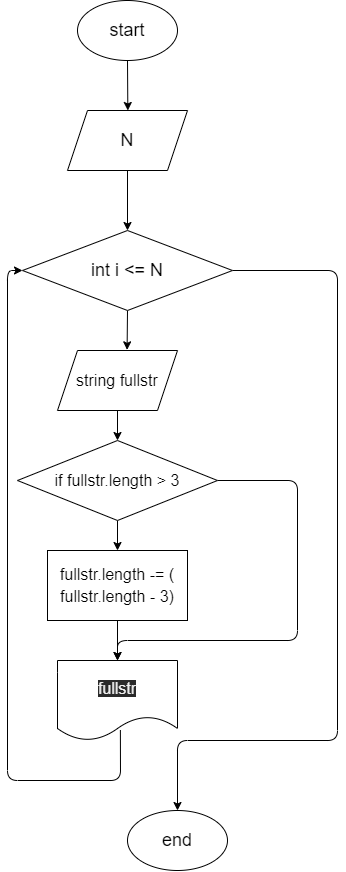
Earlier version of the draw.io export diagramm.drawio.png (Another2001/Final_work_GB1C). Source tidied: cells renumbered, new cells last; positions are measured from the earlier drawing's top-left corner, leaving out a move shared by most shapes.
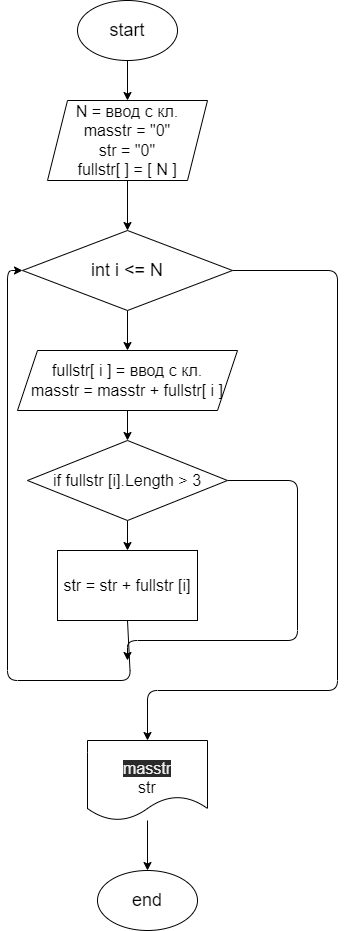
Above is the later version.

Commit message:
изменены описание(README) и диаграмма под отлаженный код

Diff of the diagram source:
```diff
@@ -2,10 +2,8 @@
   <root>
     <mxCell id="0" />
     <mxCell id="1" parent="0" />
-    <mxCell id="2" style="edgeStyle=none;html=1;exitX=0.5;exitY=1;exitDx=0;exitDy=0;fontSize=18;" parent="1" edge="1" source="3">
-      <mxGeometry relative="1" as="geometry">
-        <mxPoint x="120.3" y="110" as="targetPoint" />
-      </mxGeometry>
+    <mxCell id="2" style="edgeStyle=none;html=1;exitX=0.5;exitY=1;exitDx=0;exitDy=0;fontSize=18;entryX=0.5;entryY=0;entryDx=0;entryDy=0;" parent="1" edge="1" source="3" target="5">
+      <mxGeometry relative="1" as="geometry" />
     </mxCell>
     <mxCell id="3" value="start" style="ellipse;whiteSpace=wrap;html=1;fontSize=18;" parent="1" vertex="1">
       <mxGeometry x="70" width="100" height="60" as="geometry" />
@@ -13,18 +11,19 @@
     <mxCell id="4" style="edgeStyle=none;html=1;exitX=0.5;exitY=1;exitDx=0;exitDy=0;entryX=0.5;entryY=0;entryDx=0;entryDy=0;fontSize=18;" parent="1" edge="1" source="5" target="8">
       <mxGeometry relative="1" as="geometry" />
     </mxCell>
-    <mxCell id="5" value="N" style="shape=parallelogram;perimeter=parallelogramPerimeter;whiteSpace=wrap;html=1;fixedSize=1;fontSize=18;" parent="1" vertex="1">
-      <mxGeometry x="60" y="110" width="120" height="60" as="geometry" />
+    <mxCell id="5" value="N = ввод с кл.&lt;br style=&quot;font-size: 16px&quot;&gt;masstr = &quot;0&quot;&lt;br&gt;str = &quot;0&quot;&lt;br style=&quot;font-size: 16px&quot;&gt;fullstr[ ] = [ N ]" style="shape=parallelogram;perimeter=parallelogramPerimeter;whiteSpace=wrap;html=1;fixedSize=1;fontSize=16;" parent="1" vertex="1">
+      <mxGeometry x="40" y="100" width="160" height="80" as="geometry" />
     </mxCell>
-    <mxCell id="6" style="edgeStyle=none;html=1;exitX=0.5;exitY=1;exitDx=0;exitDy=0;fontSize=18;entryX=0.58;entryY=-0.011;entryDx=0;entryDy=0;entryPerimeter=0;" parent="1" edge="1" source="8" target="10">
+    <mxCell id="6" style="edgeStyle=none;html=1;exitX=0.5;exitY=1;exitDx=0;exitDy=0;fontSize=18;entryX=0.5;entryY=0;entryDx=0;entryDy=0;" parent="1" edge="1" source="8" target="10">
       <mxGeometry relative="1" as="geometry" />
     </mxCell>
-    <mxCell id="7" style="edgeStyle=none;html=1;exitX=1;exitY=0.5;exitDx=0;exitDy=0;fontSize=18;entryX=0.5;entryY=0;entryDx=0;entryDy=0;" parent="1" edge="1" source="8" target="18">
+    <mxCell id="7" style="edgeStyle=none;html=1;exitX=1;exitY=0.5;exitDx=0;exitDy=0;fontSize=18;" parent="1" edge="1" source="8">
       <mxGeometry relative="1" as="geometry">
+        <mxPoint x="140" y="740" as="targetPoint" />
         <Array as="points">
           <mxPoint x="330" y="270" />
-          <mxPoint x="330" y="740" />
-          <mxPoint x="170" y="740" />
+          <mxPoint x="330" y="690" />
+          <mxPoint x="140" y="690" />
         </Array>
       </mxGeometry>
     </mxCell>
@@ -34,44 +33,45 @@
     <mxCell id="9" style="edgeStyle=none;html=1;exitX=0.5;exitY=1;exitDx=0;exitDy=0;entryX=0.5;entryY=0;entryDx=0;entryDy=0;fontSize=18;" parent="1" edge="1" source="10" target="13">
       <mxGeometry relative="1" as="geometry" />
     </mxCell>
-    <mxCell id="10" value="&lt;span style=&quot;font-size: 16px;&quot;&gt;string fullstr&lt;/span&gt;" style="shape=parallelogram;perimeter=parallelogramPerimeter;whiteSpace=wrap;html=1;fixedSize=1;fontSize=16;" parent="1" vertex="1">
-      <mxGeometry x="50" y="350" width="120" height="60" as="geometry" />
+    <mxCell id="10" value="fullstr[ i ] = ввод с кл.&lt;br&gt;masstr = masstr + fullstr[ i ]" style="shape=parallelogram;perimeter=parallelogramPerimeter;whiteSpace=wrap;html=1;fixedSize=1;fontSize=16;" parent="1" vertex="1">
+      <mxGeometry x="10" y="350" width="220" height="60" as="geometry" />
     </mxCell>
-    <mxCell id="11" style="edgeStyle=none;html=1;exitX=1;exitY=0.5;exitDx=0;exitDy=0;fontSize=18;entryX=0.5;entryY=0;entryDx=0;entryDy=0;" parent="1" edge="1" source="13" target="15">
+    <mxCell id="11" style="edgeStyle=none;html=1;exitX=1;exitY=0.5;exitDx=0;exitDy=0;fontSize=18;entryX=0.5;entryY=0;entryDx=0;entryDy=0;" parent="1" edge="1" source="13">
       <mxGeometry relative="1" as="geometry">
+        <mxPoint x="120" y="660" as="targetPoint" />
         <Array as="points">
           <mxPoint x="290" y="480" />
           <mxPoint x="290" y="640" />
-          <mxPoint x="110" y="640" />
+          <mxPoint x="120" y="640" />
         </Array>
       </mxGeometry>
     </mxCell>
     <mxCell id="12" style="edgeStyle=none;html=1;exitX=0.5;exitY=1;exitDx=0;exitDy=0;fontSize=18;entryX=0.5;entryY=0;entryDx=0;entryDy=0;" parent="1" edge="1" source="13" target="17">
       <mxGeometry relative="1" as="geometry" />
     </mxCell>
-    <mxCell id="13" value="if fullstr.length &amp;gt; 3" style="rhombus;whiteSpace=wrap;html=1;fontSize=16;" parent="1" vertex="1">
-      <mxGeometry x="10" y="440" width="200" height="80" as="geometry" />
+    <mxCell id="13" value="if fullstr [i].Length &amp;gt; 3" style="rhombus;whiteSpace=wrap;html=1;fontSize=16;" parent="1" vertex="1">
+      <mxGeometry x="20" y="440" width="200" height="80" as="geometry" />
     </mxCell>
-    <mxCell id="14" style="edgeStyle=none;html=1;entryX=0;entryY=0.5;entryDx=0;entryDy=0;fontSize=16;exitX=0.524;exitY=0.87;exitDx=0;exitDy=0;exitPerimeter=0;" parent="1" edge="1" source="15" target="8">
+    <mxCell id="14" style="edgeStyle=none;html=1;entryX=0;entryY=0.5;entryDx=0;entryDy=0;fontSize=16;exitX=0.5;exitY=1;exitDx=0;exitDy=0;" parent="1" edge="1" source="17" target="8">
       <mxGeometry relative="1" as="geometry">
         <Array as="points">
-          <mxPoint x="113" y="780" />
-          <mxPoint y="780" />
+          <mxPoint x="123" y="680" />
+          <mxPoint y="680" />
           <mxPoint y="270" />
         </Array>
       </mxGeometry>
     </mxCell>
-    <mxCell id="15" value="&#10;&#10;&lt;span style=&quot;color: rgb(240, 240, 240); font-family: helvetica; font-size: 16px; font-style: normal; font-weight: 400; letter-spacing: normal; text-align: center; text-indent: 0px; text-transform: none; word-spacing: 0px; background-color: rgb(42, 42, 42); display: inline; float: none;&quot;&gt;fullstr&lt;/span&gt;&#10;&#10;" style="shape=document;whiteSpace=wrap;html=1;boundedLbl=1;fontSize=16;" parent="1" vertex="1">
-      <mxGeometry x="50" y="660" width="120" height="80" as="geometry" />
-    </mxCell>
-    <mxCell id="16" style="edgeStyle=none;html=1;exitX=0.5;exitY=1;exitDx=0;exitDy=0;entryX=0.5;entryY=0;entryDx=0;entryDy=0;fontSize=16;" parent="1" edge="1" source="17" target="15">
-      <mxGeometry relative="1" as="geometry" />
-    </mxCell>
-    <mxCell id="17" value="&lt;font style=&quot;font-size: 16px&quot;&gt;fullstr.length -= ( fullstr.length - 3)&lt;/font&gt;" style="rounded=0;whiteSpace=wrap;html=1;fontSize=18;" parent="1" vertex="1">
-      <mxGeometry x="40" y="550" width="140" height="70" as="geometry" />
+    <mxCell id="17" value="&lt;font style=&quot;font-size: 16px&quot;&gt;str = str + fullstr [i]&lt;/font&gt;" style="rounded=0;whiteSpace=wrap;html=1;fontSize=18;" parent="1" vertex="1">
+      <mxGeometry x="50" y="550" width="140" height="70" as="geometry" />
     </mxCell>
     <mxCell id="18" value="end" style="ellipse;whiteSpace=wrap;html=1;fontSize=18;" parent="1" vertex="1">
-      <mxGeometry x="120" y="810" width="100" height="60" as="geometry" />
+      <mxGeometry x="90" y="870" width="100" height="60" as="geometry" />
     </mxCell>
+    <mxCell id="19" style="edgeStyle=none;html=1;entryX=0.5;entryY=0;entryDx=0;entryDy=0;fontSize=16;" parent="1" edge="1" source="20" target="18">
+      <mxGeometry relative="1" as="geometry" />
+    </mxCell>
+    <mxCell id="20" value="&lt;br&gt;&lt;span style=&quot;color: rgb(240 , 240 , 240) ; font-family: &amp;#34;helvetica&amp;#34; ; font-size: 16px ; font-style: normal ; font-weight: 400 ; letter-spacing: normal ; text-align: center ; text-indent: 0px ; text-transform: none ; word-spacing: 0px ; background-color: rgb(42 , 42 , 42) ; display: inline ; float: none&quot;&gt;masstr&lt;br&gt;&lt;/span&gt;str&lt;br&gt;" style="shape=document;whiteSpace=wrap;html=1;boundedLbl=1;fontSize=16;" parent="1" vertex="1">
+      <mxGeometry x="80" y="740" width="120" height="80" as="geometry" />
+    </mxCell>
   </root>
 </mxGraphModel>
```
